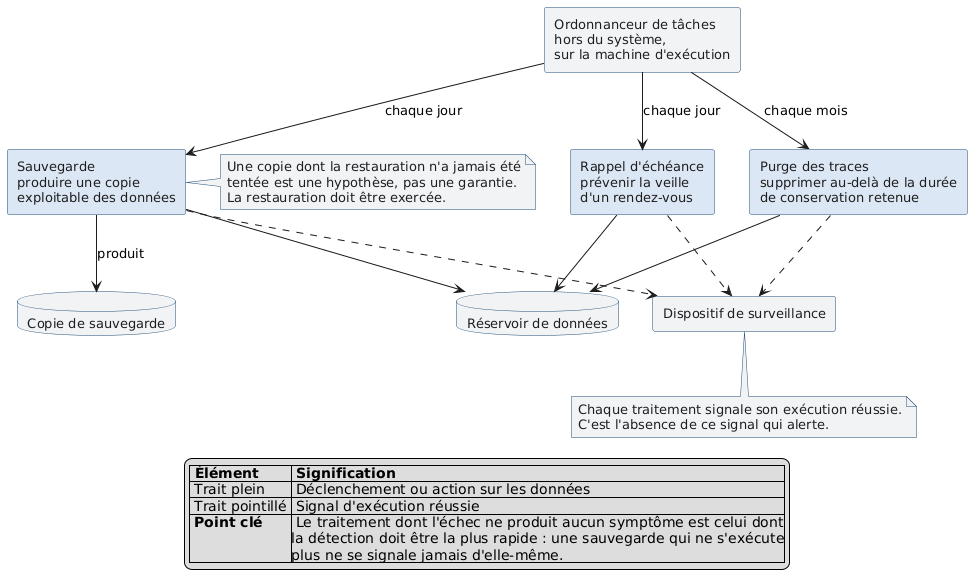
This is docs/conception/diagrammes/traitements-automatiques.png from sgahovey/creaslot, a PlantUML export, as it was before one commit.
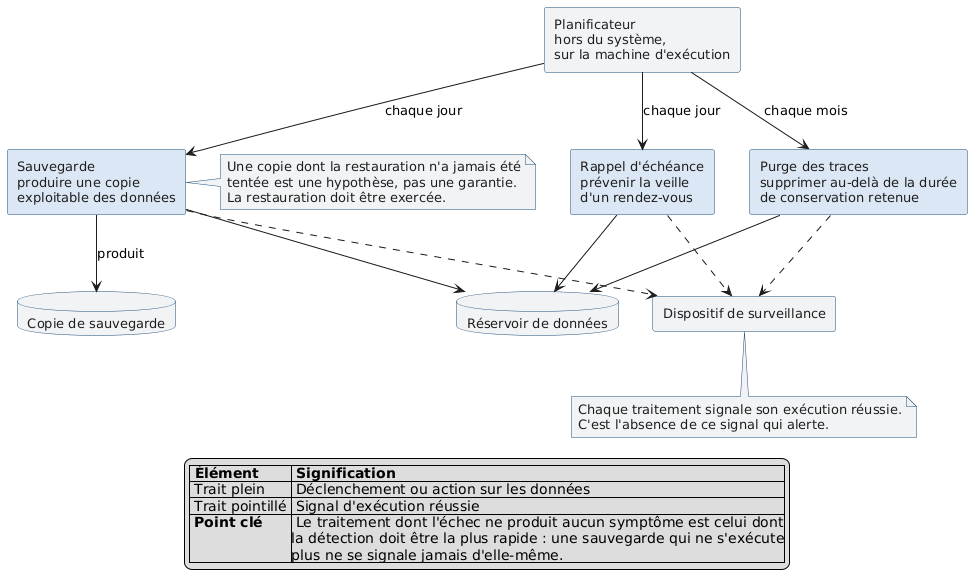
Later version of the same file.

What changed in the source:
```diff
@@ -18,7 +18,7 @@
   FontColor #1E1E1E
 }
 
-rectangle "Ordonnanceur de tâches\nhors du système,\nsur la machine d'exécution" as ORDO #F1F3F5
+rectangle "Planificateur\nhors du système,\nsur la machine d'exécution" as ORDO #F1F3F5
 
 rectangle "Rappel d'échéance\nprévenir la veille\nd'un rendez-vous" as RAPPEL
 rectangle "Purge des traces\nsupprimer au-delà de la durée\nde conservation retenue" as PURGE
```
